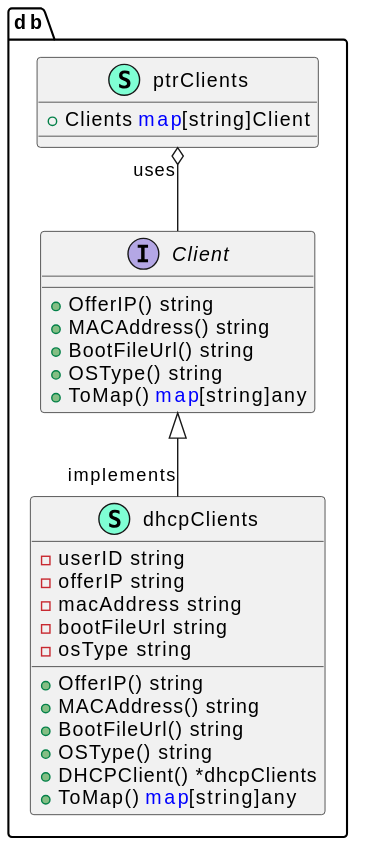
The PlantUML diagram docs/svg/db.svg in motangpuar/o2-ims-worker, before a commit. Its diagram source:
```plantuml
@startuml
top to bottom direction
namespace db {
    interface "Client"  {
        + OfferIP() string
        + MACAddress() string
        + BootFileUrl() string
        + OSType() string
        + ToMap() <font color=blue>map</font>[string]any

    }
    class "dhcpClients" << (S,Aquamarine) >> {
        - userID string
        - offerIP string
        - macAddress string
        - bootFileUrl string
        - osType string

        + OfferIP() string
        + MACAddress() string
        + BootFileUrl() string
        + OSType() string
        + DHCPClient() *dhcpClients
        + ToMap() <font color=blue>map</font>[string]any

    }
    class "ptrClients" << (S,Aquamarine) >> {
        + Clients <font color=blue>map</font>[string]Client

    }
}

"db.Client" <|-- "implements""db.dhcpClients"

"db.ptrClients""uses" o-- "db.Client"
@enduml
```
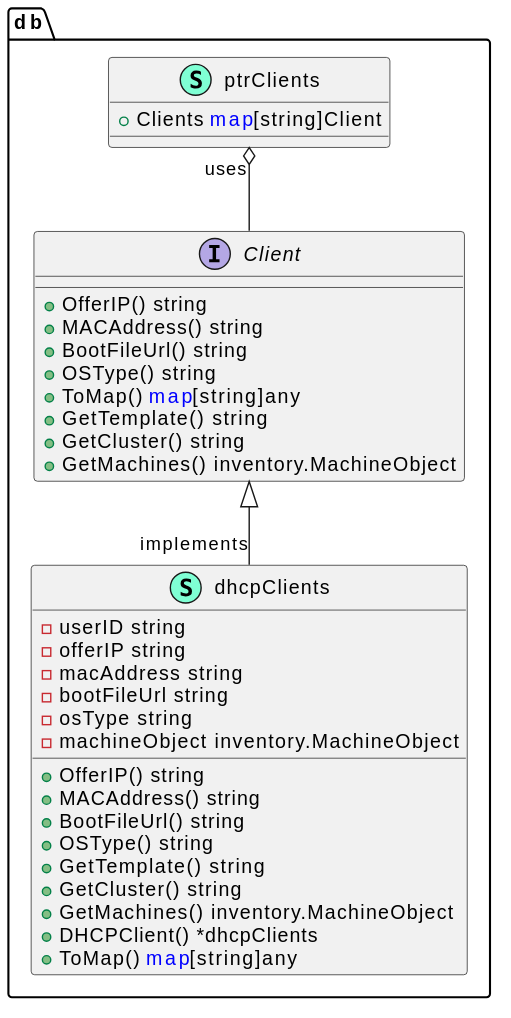
Above is the later version.

Diff of the diagram source:
```diff
@@ -7,6 +7,9 @@
         + BootFileUrl() string
         + OSType() string
         + ToMap() <font color=blue>map</font>[string]any
+        + GetTemplate() string
+        + GetCluster() string
+        + GetMachines() inventory.MachineObject
 
     }
     class "dhcpClients" << (S,Aquamarine) >> {
@@ -15,11 +18,15 @@
         - macAddress string
         - bootFileUrl string
         - osType string
+        - machineObject inventory.MachineObject
 
         + OfferIP() string
         + MACAddress() string
         + BootFileUrl() string
         + OSType() string
+        + GetTemplate() string
+        + GetCluster() string
+        + GetMachines() inventory.MachineObject
         + DHCPClient() *dhcpClients
         + ToMap() <font color=blue>map</font>[string]any
 
```
